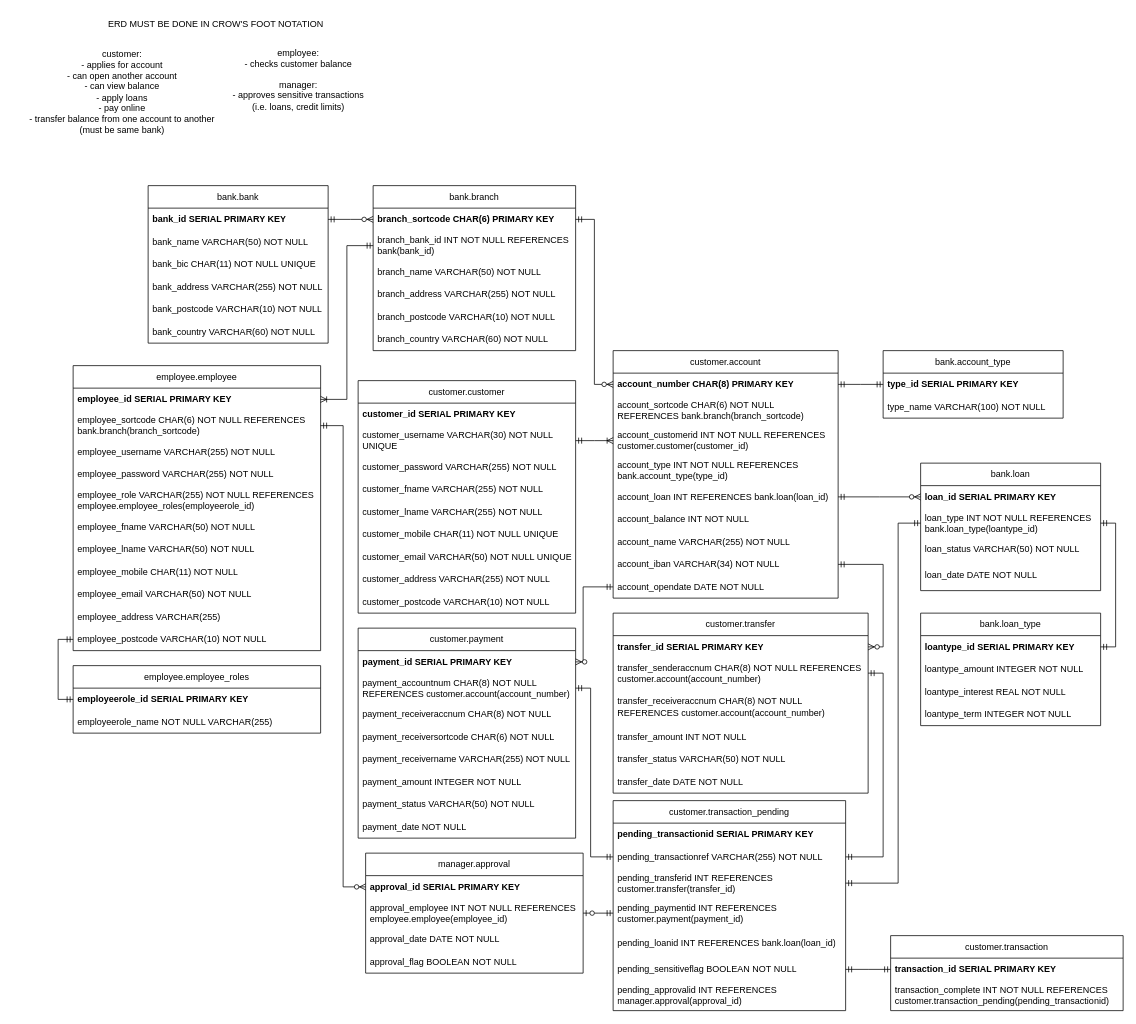
The draw.io diagram im-erd.drawio in rzvn666/IM-CW1, before the edit. Source tidied: cells renumbered, new cells numbered last; positions are measured from the earlier drawing's top-left corner, leaving out a move shared by most shapes. Both pictures are drawn from the tidied source at 75%, with x=0, y=0 at pixel (13, 13).
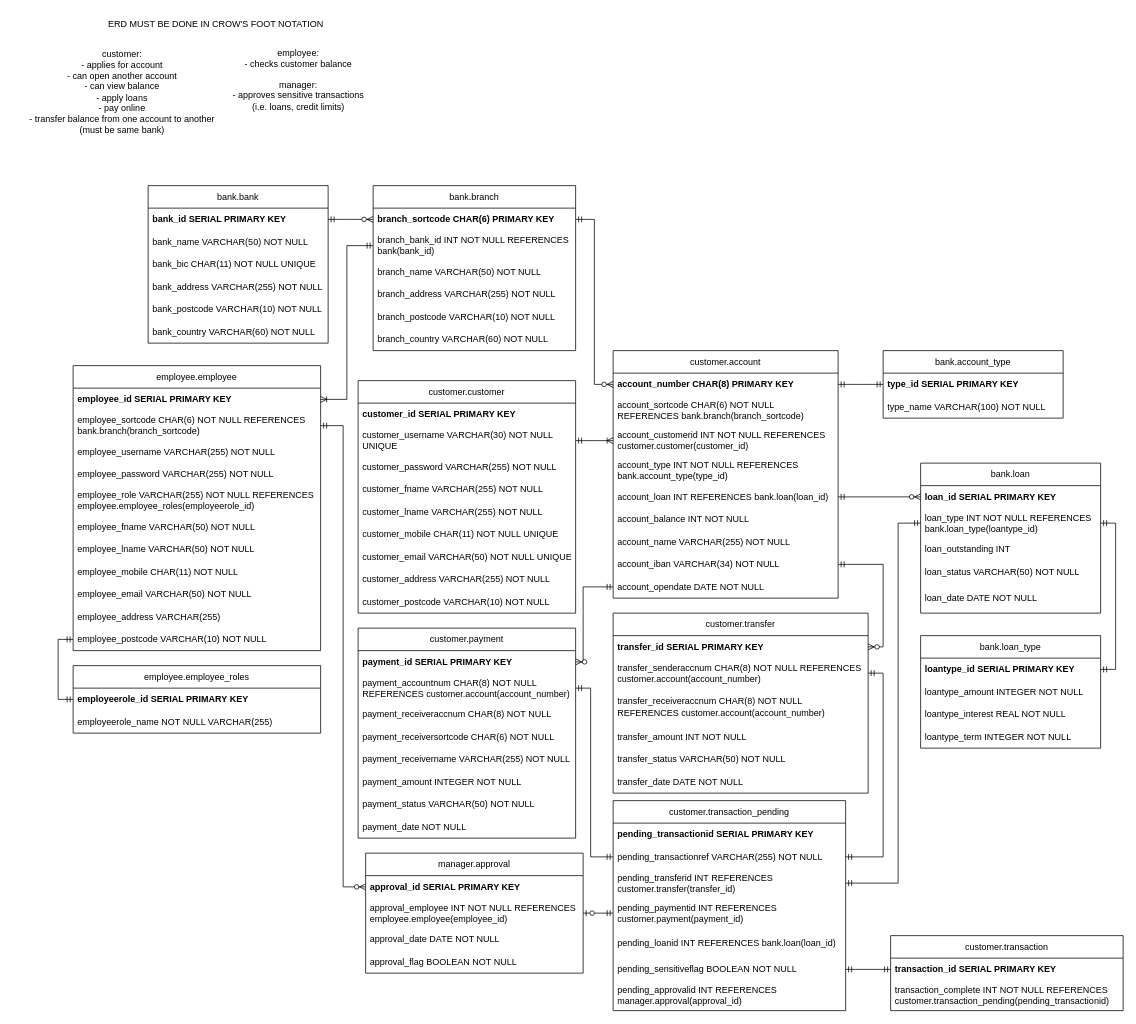
The same page after the edit.

Commit message (it also covers changes not shown here):
can now pay back loan, approvals now point to employee

Diff of the diagram source:
```diff
@@
     <mxCell id="26" value="bank.loan_type" style="swimlane;fontStyle=0;horizontal=1;startSize=30;whiteSpace=wrap;html=1;" parent="1" vertex="1">
-      <mxGeometry x="1210" y="800" width="240" height="150" as="geometry" />
+      <mxGeometry x="1210" y="830" width="240" height="150" as="geometry" />
     </mxCell>
@@
     <mxCell id="103" value="bank.loan" style="swimlane;fontStyle=0;horizontal=1;startSize=30;whiteSpace=wrap;html=1;" parent="1" vertex="1">
-      <mxGeometry x="1210" y="600" width="240" height="170" as="geometry" />
+      <mxGeometry x="1210" y="600" width="240" height="200" as="geometry" />
     </mxCell>
@@
+    <mxCell id="117" value="loan_outstanding INT" style="text;strokeColor=none;fillColor=none;align=left;verticalAlign=middle;spacingLeft=4;spacingRight=4;overflow=hidden;whiteSpace=wrap;html=1;" parent="103" vertex="1">
+      <mxGeometry y="100" width="240" height="30" as="geometry" />
+    </mxCell>
     <mxCell id="106" value="loan_status VARCHAR(50) NOT NULL" style="text;strokeColor=none;fillColor=none;align=left;verticalAlign=middle;spacingLeft=4;spacingRight=4;overflow=hidden;whiteSpace=wrap;html=1;" parent="103" vertex="1">
-      <mxGeometry y="100" width="240" height="30" as="geometry" />
+      <mxGeometry y="130" width="240" height="30" as="geometry" />
     </mxCell>
     <mxCell id="107" value="loan_date DATE NOT NULL" style="text;strokeColor=none;fillColor=none;align=left;verticalAlign=middle;spacingLeft=4;spacingRight=4;overflow=hidden;whiteSpace=wrap;html=1;" parent="103" vertex="1">
-      <mxGeometry y="130" width="240" height="40" as="geometry" />
+      <mxGeometry y="160" width="240" height="40" as="geometry" />
     </mxCell>
```
